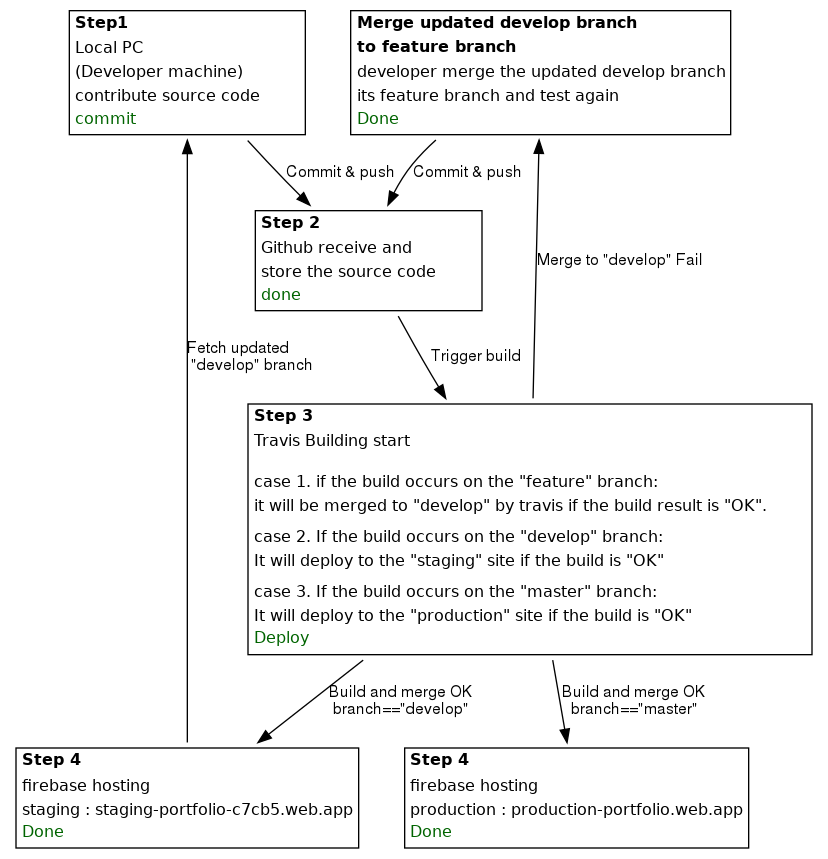
The Graphviz diagram src/components/pages/ProjectDetail/Portfolio/build_flow.png in louiscklaw/portfolio-preact, before a commit. Its source is kept beside it as src/components/pages/ProjectDetail/Portfolio/build_flow.dot.
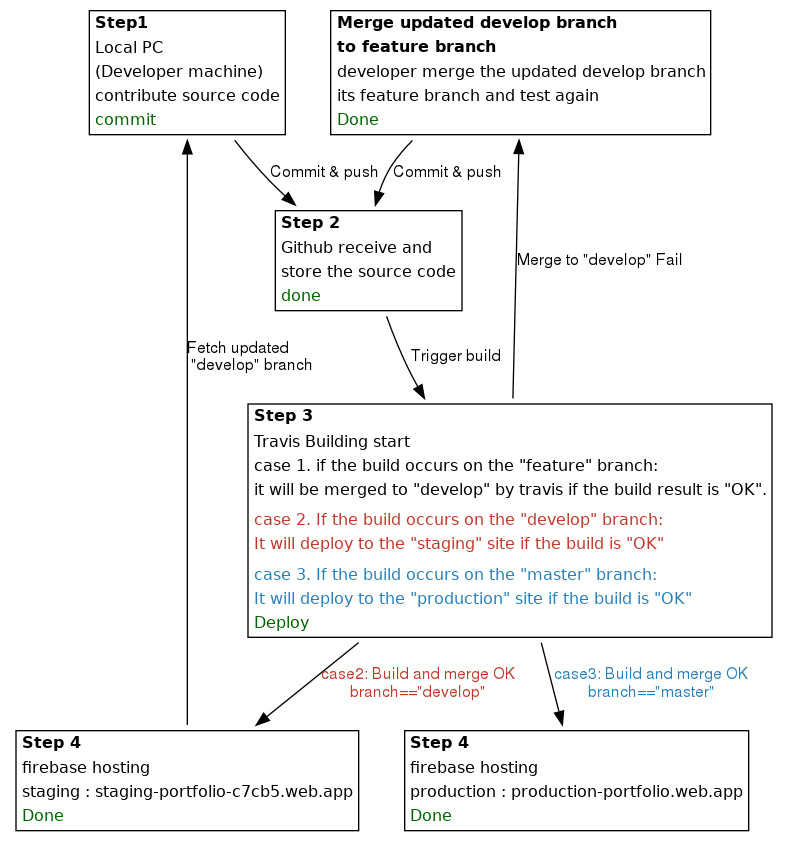
The same file after the commit.

Commit message:
update build flow,

Change to the diagram source:
```diff
@@ -12,24 +12,19 @@
   step_1 [ label=<
     <table border="1" cellborder="0" cellspacing="1">
       <tr>
-        <td align="left"><b>Step1</b>
-        </td>
+        <td align="left"><b>Step1</b></td>
       </tr>
       <tr>
-        <td align="left">Local PC
-        </td>
+        <td align="left">Local PC</td>
       </tr>
       <tr>
-        <td align="left">(Developer machine)
-        </td>
+        <td align="left">(Developer machine)</td>
       </tr>
       <tr>
-        <td align="left">contribute source code
-        </td>
+        <td align="left">contribute source code</td>
       </tr>
       <tr>
-        <td align="left"><font color="darkgreen">commit</font>
-        </td>
+        <td align="left"><font color="darkgreen">commit</font></td>
       </tr>
     </table>
   >];
@@ -37,20 +32,16 @@
   step_2 [ label=<
     <table border="1" cellborder="0" cellspacing="1">
       <tr>
-        <td align="left"><b>Step 2</b>
-        </td>
+        <td align="left"><b>Step 2</b></td>
       </tr>
       <tr>
-        <td align="left">Github receive and
-        </td>
+        <td align="left">Github receive and</td>
       </tr>
       <tr>
-        <td align="left">store the source code
-        </td>
+        <td align="left">store the source code</td>
       </tr>
       <tr>
-        <td align="left"><font color="darkgreen">done</font>
-        </td>
+        <td align="left"><font color="darkgreen">done</font></td>
       </tr>
     </table>
   >];
@@ -59,47 +50,38 @@
   step_3 [ label=<
     <table border="1" cellborder="0" cellspacing="1">
       <tr>
-        <td align="left"><b>Step 3</b>
-        </td>
+        <td align="left"><b>Step 3</b></td>
       </tr>
       <tr>
-        <td align="left">Travis Building start<br />
-        </td>
+        <td align="left">Travis Building start<br /></td>
       </tr>
       <tr>
-        <td align="left">case 1. if the build occurs on the "feature" branch:
-        </td>
+        <td align="left">case 1. if the build occurs on the "feature" branch:</td>
       </tr>
       <tr>
-        <td align="left">it will be merged to "develop" by travis if the build result is "OK".
-        </td>
+        <td align="left">it will be merged to "develop" by travis if the build result is "OK".</td>
       </tr>
       <tr>
         <td></td>
       </tr>
       <tr>
-        <td align="left">case 2. If the build occurs on the "develop" branch:
-        </td>
+        <td align="left"><font color="#c0392b">case 2. If the build occurs on the "develop" branch:</font></td>
       </tr>
       <tr>
-        <td align="left">It will deploy to the "staging" site if the build is "OK"
-        </td>
+        <td align="left"><font color="#c0392b">It will deploy to the "staging" site if the build is "OK"</font></td>
       </tr>
       <tr>
         <td></td>
       </tr>
       <tr>
-        <td align="left">case 3. If the build occurs on the "master" branch:
-        </td>
+        <td align="left"><font color="#2980b9">case 3. If the build occurs on the "master" branch:</font></td>
       </tr>
       <tr>
-        <td align="left">It will deploy to the "production" site if the build is "OK"
-        </td>
+        <td align="left"><font color="#2980b9">It will deploy to the "production" site if the build is "OK"</font></td>
       </tr>
 
       <tr>
-        <td align="left"><font color="darkgreen">Deploy</font>
-        </td>
+        <td align="left"><font color="darkgreen">Deploy</font></td>
       </tr>
     </table>
   >];
@@ -117,8 +99,7 @@
       </tr>
 
       <tr>
-        <td align="left"><font color="darkgreen">Done</font>
-        </td>
+        <td align="left"><font color="darkgreen">Done</font></td>
       </tr>
     </table>
   >];
@@ -135,8 +116,7 @@
         <td align="left">staging : staging-portfolio-c7cb5.web.app</td>
       </tr>
       <tr>
-        <td align="left"><font color="darkgreen">Done</font>
-        </td>
+        <td align="left"><font color="darkgreen">Done</font></td>
       </tr>
     </table>
   >];
@@ -156,22 +136,30 @@
         <td align="left">its feature branch and test again</td>
       </tr>
       <tr>
-        <td align="left"><font color="darkgreen">Done</font>
-        </td>
+        <td align="left"><font color="darkgreen">Done</font></td>
       </tr>
     </table>
   >]
 
   step_1        -> step_2 [label="Commit & push"];
   step_2 -> step_3 [label="Trigger build"];
-  step_3        -> firebase_production [label="Build and merge OK\lbranch==\"master\""];
-  step_3        -> firebase_staging [label="Build and merge OK\lbranch==\"develop\""];
+  step_3        -> firebase_production [
+    label="case3: Build and merge OK\lbranch==\"master\""
+    fontcolor="#2980b9"
+    ];
+  step_3        -> firebase_staging [
+    label="case2: Build and merge OK\lbranch==\"develop\""
+    fontcolor="#c0392b"
+    ];
 
   step_3   -> merge_develop_to_feature [label="Merge to \"develop\" Fail"];
   merge_develop_to_feature -> step_2  [label="Commit & push"];
 
 
-  firebase_staging -> step_1 [label="Fetch updated \l \"develop\" branch"];
+  firebase_staging -> step_1 [
+    label="Fetch updated \l \"develop\" branch"
+
+    ];
 
   subgraph fix_subgraph {
     rank="same"
```
